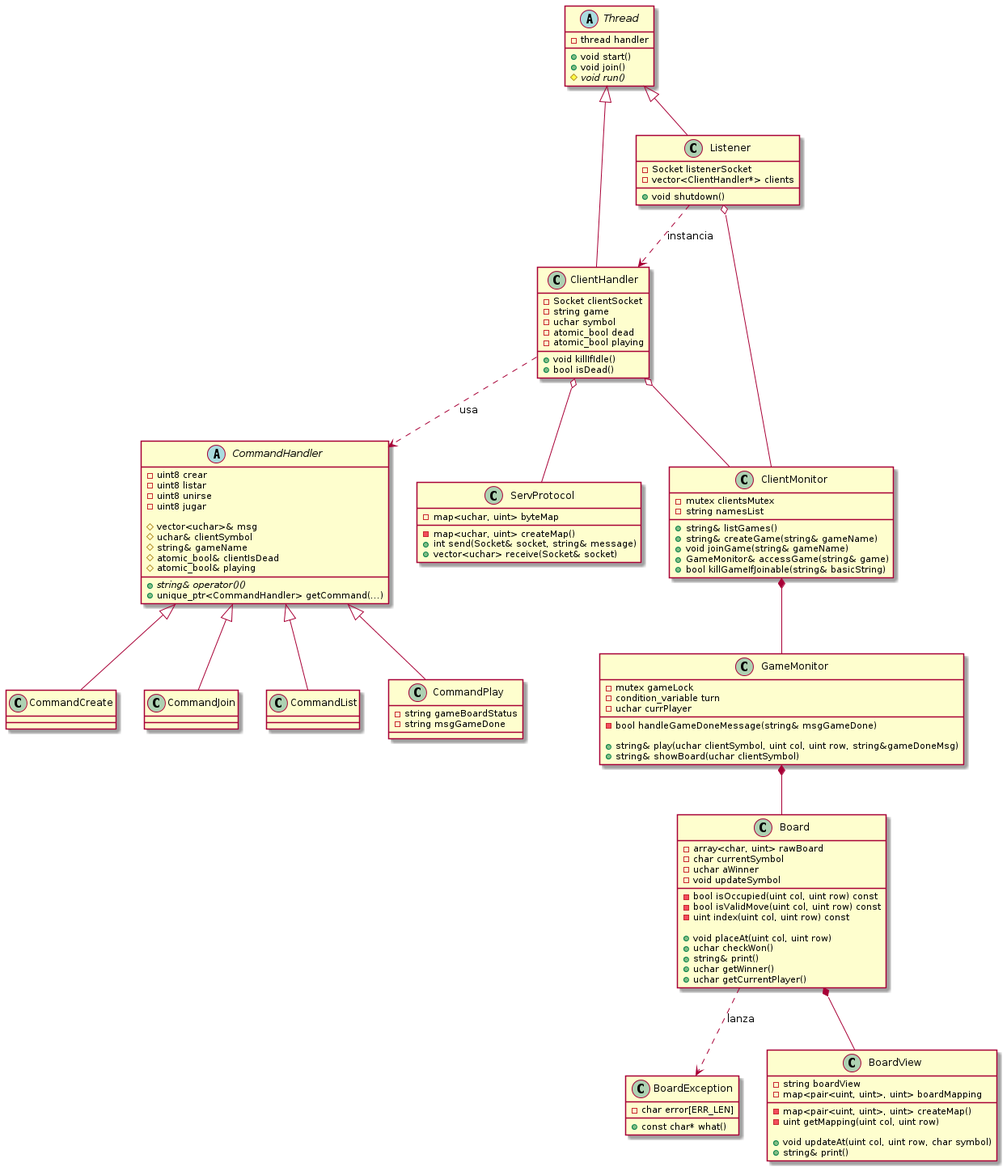
leogm99/tp3 keeps this PlantUML diagram as tp3_server.png. Above is the earlier version.
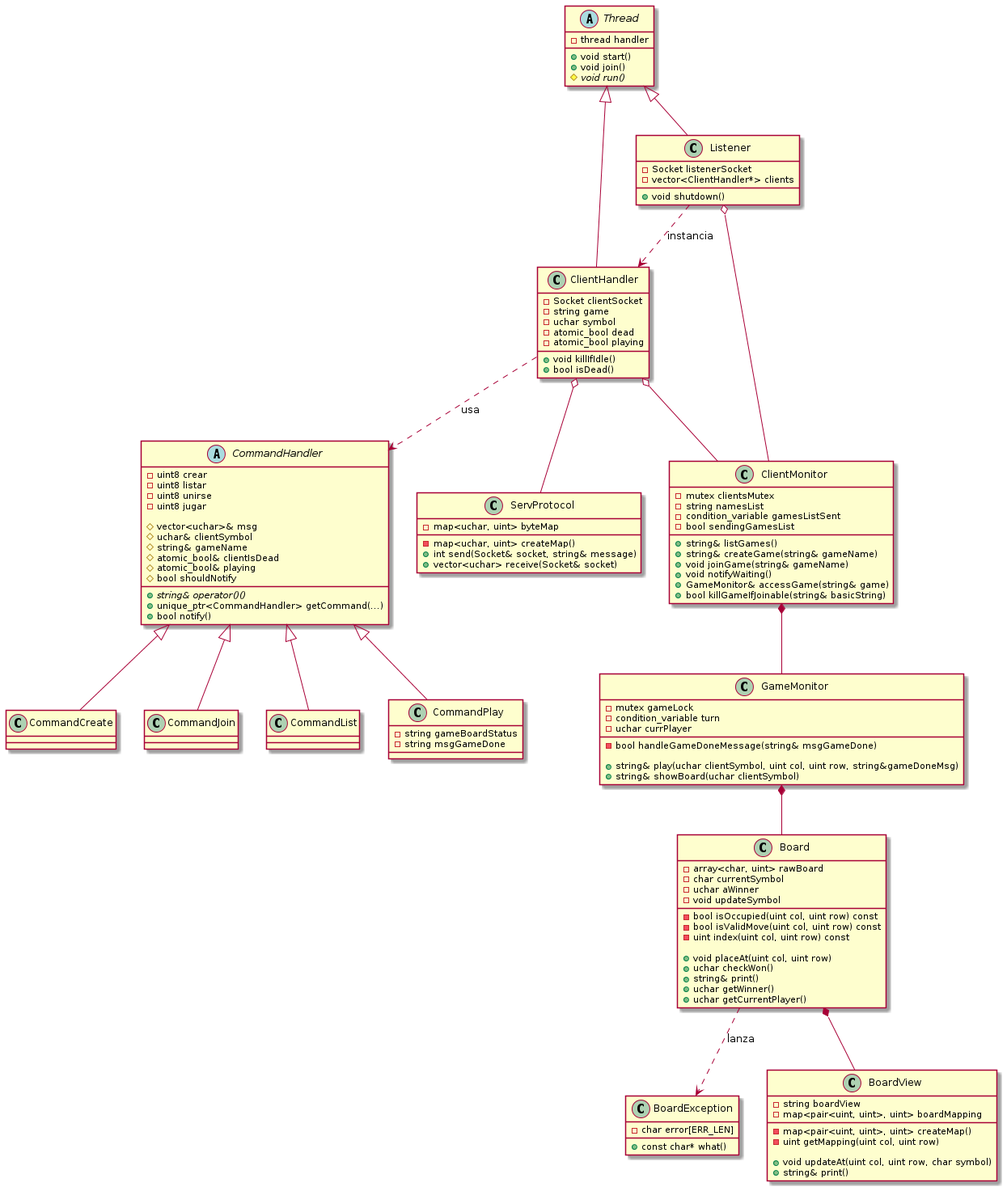
After the change.

Commit message:
Actualizo informe

Change to the diagram source:
```diff
@@ -68,10 +68,13 @@
 class ClientMonitor{
 	-mutex clientsMutex
 	-string namesList
+	-condition_variable gamesListSent
+	-bool sendingGamesList
 
 	+string& listGames()
 	+string& createGame(string& gameName)
 	+void joinGame(string& gameName)
+	+void notifyWaiting()
 	+GameMonitor& accessGame(string& game)
 	+bool killGameIfJoinable(string& basicString)
 }
@@ -104,9 +107,11 @@
 	#string& gameName
 	#atomic_bool& clientIsDead
 	#atomic_bool& playing
+	#bool shouldNotify
 
 	+{abstract} string& operator()()
 	+unique_ptr<CommandHandler> getCommand(...)
+	+bool notify()
 }
 
 class CommandCreate{
```
